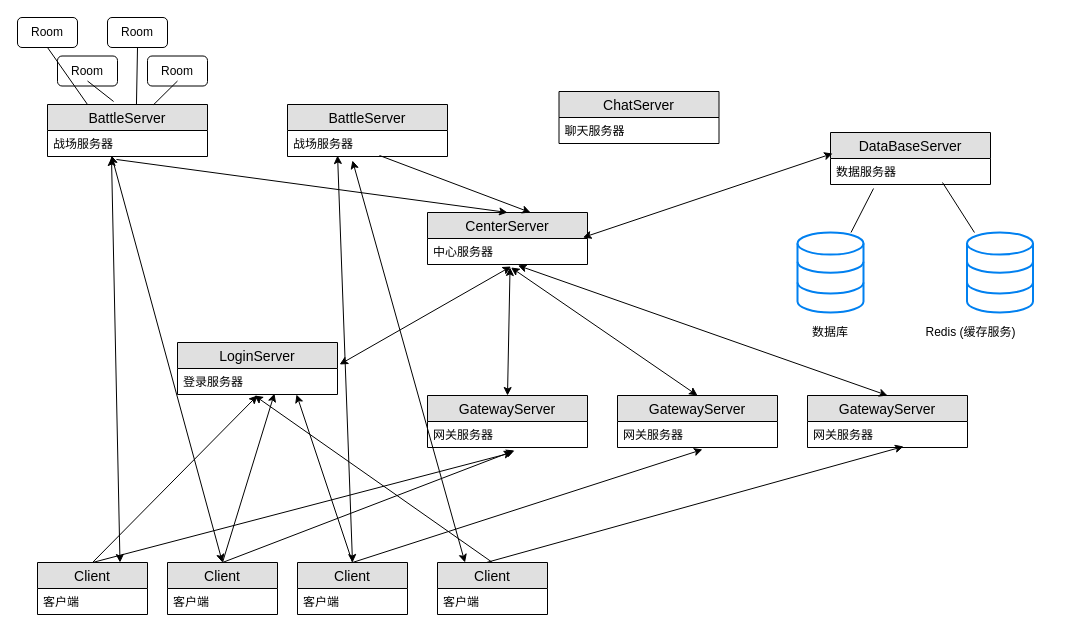
Earlier version of the draw.io diagram page "第 2 页" (1 of 3) of doc/develop.drawio (coding2233/wanderer). Source tidied: cells renumbered, new cells numbered last; positions are measured from the earlier drawing's top-left corner, leaving out a move shared by most shapes. Both pictures are drawn from the tidied source at 100%, with x=0, y=0 at pixel (17, 17).
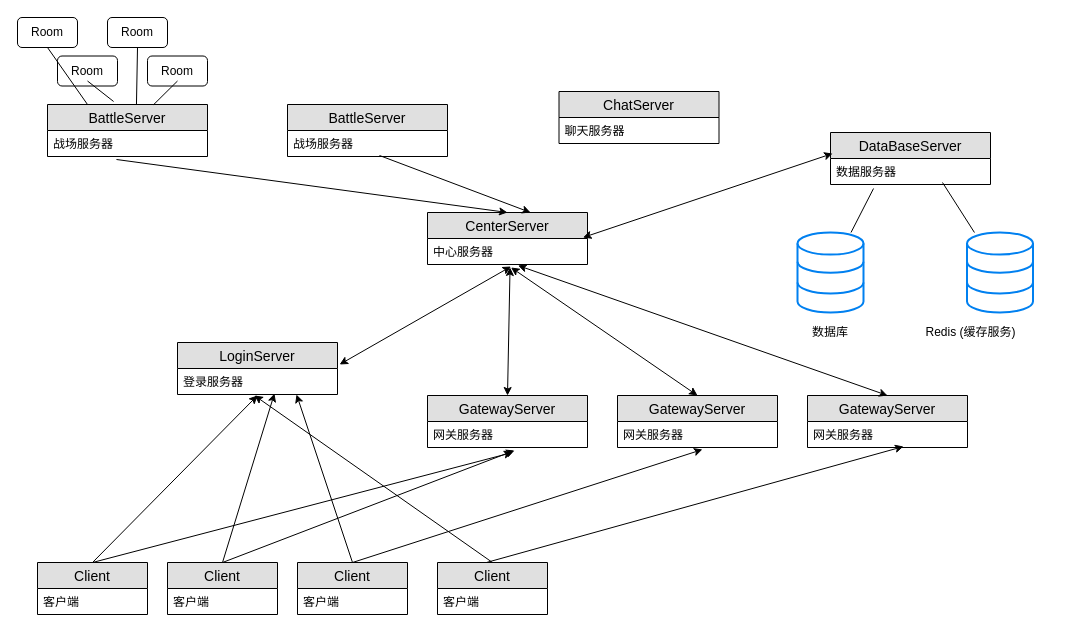
The same diagram, later.

Unchanged cells that the change refers to:
```xml
<mxCell id="5" value="战场服务器" style="text;strokeColor=none;fillColor=none;spacingLeft=4;spacingRight=4;overflow=hidden;points=[[0,0.5],[1,0.5]];portConstraint=eastwest;fontSize=12;" parent="4" vertex="1">
  <mxGeometry y="26" width="160" height="26" as="geometry" />
</mxCell>
<mxCell id="18" value="Client" style="swimlane;fontStyle=0;horizontal=1;startSize=26;fillColor=#e0e0e0;swimlaneFillColor=#ffffff;align=center;fontSize=14;" parent="1" vertex="1">
  <mxGeometry x="20" y="545" width="110" height="52" as="geometry" />
</mxCell>
<mxCell id="20" value="Client" style="swimlane;fontStyle=0;horizontal=1;startSize=26;fillColor=#e0e0e0;swimlaneFillColor=#ffffff;align=center;fontSize=14;" parent="1" vertex="1">
  <mxGeometry x="150" y="545" width="110" height="52" as="geometry" />
</mxCell>
<mxCell id="22" value="Client" style="swimlane;fontStyle=0;horizontal=1;startSize=26;fillColor=#e0e0e0;swimlaneFillColor=#ffffff;align=center;fontSize=14;" parent="1" vertex="1">
  <mxGeometry x="280" y="545" width="110" height="52" as="geometry" />
</mxCell>
<mxCell id="24" value="Client" style="swimlane;fontStyle=0;horizontal=1;startSize=26;fillColor=#e0e0e0;swimlaneFillColor=#ffffff;align=center;fontSize=14;" parent="1" vertex="1">
  <mxGeometry x="420" y="545" width="110" height="52" as="geometry" />
</mxCell>
<mxCell id="46" value="战场服务器" style="text;strokeColor=none;fillColor=none;spacingLeft=4;spacingRight=4;overflow=hidden;points=[[0,0.5],[1,0.5]];portConstraint=eastwest;fontSize=12;" parent="45" vertex="1">
  <mxGeometry y="26" width="160" height="26" as="geometry" />
</mxCell>
```

Diff of the diagram source:
```diff
@@
-    <mxCell id="49" style="endArrow=classic;startArrow=classic;html=1;entryX=0.4;entryY=1.038;entryDx=0;entryDy=0;entryPerimeter=0;exitX=0.75;exitY=0;exitDx=0;exitDy=0;" parent="1" edge="1" source="18" target="46">
-      <mxGeometry relative="1" as="geometry" />
-    </mxCell>
-    <mxCell id="50" style="endArrow=classic;startArrow=classic;html=1;entryX=0.4;entryY=0.962;entryDx=0;entryDy=0;entryPerimeter=0;exitX=0.5;exitY=0;exitDx=0;exitDy=0;" parent="1" edge="1" source="20" target="46">
-      <mxGeometry relative="1" as="geometry" />
-    </mxCell>
-    <mxCell id="51" style="endArrow=classic;startArrow=classic;html=1;entryX=0.313;entryY=0.962;entryDx=0;entryDy=0;entryPerimeter=0;exitX=0.5;exitY=0;exitDx=0;exitDy=0;" parent="1" edge="1" source="22" target="5">
-      <mxGeometry relative="1" as="geometry" />
-    </mxCell>
-    <mxCell id="52" style="endArrow=classic;startArrow=classic;html=1;entryX=0.406;entryY=1.154;entryDx=0;entryDy=0;entryPerimeter=0;exitX=0.25;exitY=0;exitDx=0;exitDy=0;" parent="1" edge="1" source="24" target="5">
-      <mxGeometry relative="1" as="geometry" />
-    </mxCell>
```
